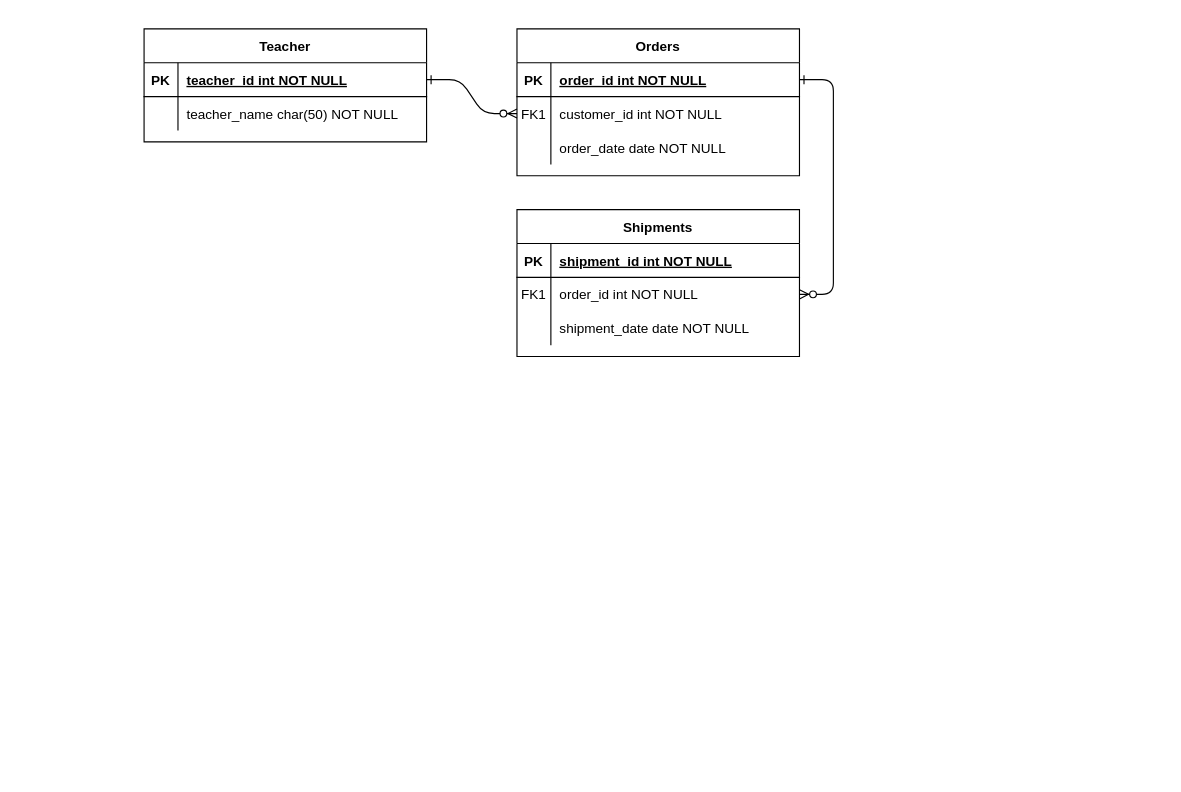
dominghuz/sispprof keeps this draw.io diagram as Untitled Diagram.drawio. Above is the earlier version. Source tidied: cells renumbered, new cells numbered last; positions are measured from the earlier drawing's top-left corner, leaving out a move shared by most shapes. Both pictures are drawn from the tidied source at 113%, with x=0, y=0 at pixel (144, 28).
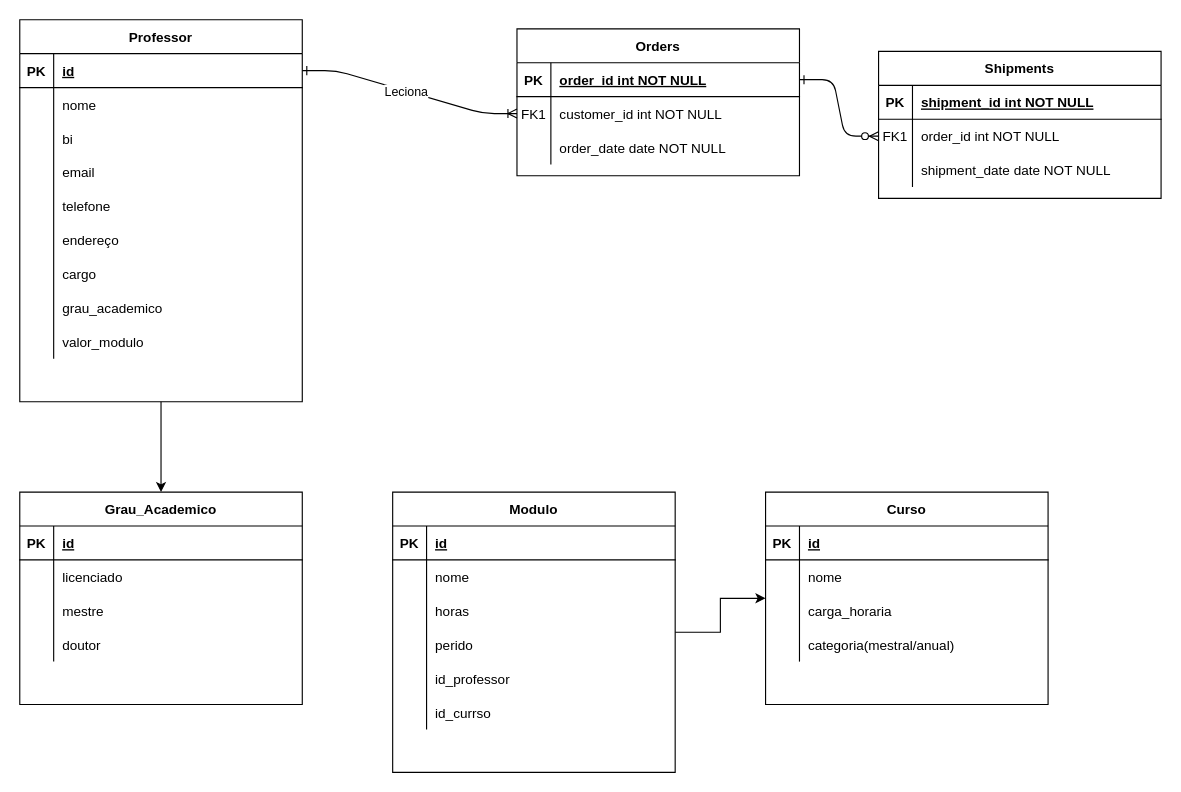
The same page after the edit.

The change refers to these unchanged cells:
```xml
<mxCell id="8" style="shape=partialRectangle;fillColor=none;points=[[0,0.5],[1,0.5]];portConstraint=eastwest;top=0;left=0;right=0;bottom=0;" parent="4" vertex="1">
  <mxGeometry y="60" width="250" height="30" as="geometry" />
</mxCell>
<mxCell id="25" style="shape=partialRectangle;fillColor=none;points=[[0,0.5],[1,0.5]];portConstraint=eastwest;top=0;left=0;right=0;bottom=1;" parent="24" vertex="1">
  <mxGeometry y="30" width="250" height="30" as="geometry" />
</mxCell>
<mxCell id="28" style="shape=partialRectangle;fillColor=none;top=0;left=0;right=0;bottom=0;" parent="24" vertex="1">
  <mxGeometry y="60" width="250" height="30" as="geometry" />
</mxCell>
```

The edit, as a diff of the source:
```diff
@@
-    <mxCell id="2" style="edgeStyle=entityRelationEdgeStyle;endArrow=ERzeroToMany;startArrow=ERone;endFill=1;startFill=0;" parent="1" edge="1" source="25" target="8">
+    <mxCell id="2" style="edgeStyle=entityRelationEdgeStyle;endArrow=ERoneToMany;startArrow=ERone;endFill=0;startFill=0;" parent="1" edge="1" source="25" target="8">
       <mxGeometry relative="1" as="geometry" />
     </mxCell>
+    <mxCell id="31" value="Leciona" style="edgeLabel;html=1;align=center;verticalAlign=middle;" parent="2" vertex="1">
+      <mxGeometry x="-0.04" y="-1" relative="1" as="geometry" />
+    </mxCell>
@@
     <mxCell id="14" value="Shipments" style="shape=table;startSize=30;childLayout=tableLayout;rowLines=0;fontStyle=1;align=center;" parent="1" vertex="1">
-      <mxGeometry x="330" y="160" width="250" height="130" as="geometry" />
+      <mxGeometry x="650" y="20" width="250" height="130" as="geometry" />
     </mxCell>
@@
+    <mxCell id="32" style="edgeStyle=orthogonalEdgeStyle;rounded=0;jettySize=auto;html=1;" parent="1" edge="1" source="24" target="54">
+      <mxGeometry relative="1" as="geometry" />
+    </mxCell>
-    <mxCell id="24" value="Teacher" style="shape=table;startSize=30;childLayout=tableLayout;rowLines=0;fontStyle=1;align=center;" parent="1" vertex="1">
-      <mxGeometry width="250" height="100" as="geometry" />
+    <mxCell id="24" value="Professor" style="shape=table;startSize=30;childLayout=tableLayout;rowLines=0;fontStyle=1;align=center;" parent="1" vertex="1">
+      <mxGeometry x="-110" y="-8" width="250" height="338" as="geometry" />
     </mxCell>
@@
-    <mxCell id="27" value="teacher_id int NOT NULL" style="shape=partialRectangle;overflow=hidden;fillColor=none;top=0;left=0;bottom=0;right=0;align=left;spacingLeft=6;fontStyle=5;" parent="25" vertex="1">
+    <mxCell id="27" value="id" style="shape=partialRectangle;overflow=hidden;fillColor=none;top=0;left=0;bottom=0;right=0;align=left;spacingLeft=6;fontStyle=5;" parent="25" vertex="1">
       <mxGeometry x="30" width="220" height="30" as="geometry" />
     </mxCell>
@@
-    <mxCell id="30" value="teacher_name char(50) NOT NULL" style="shape=partialRectangle;overflow=hidden;fillColor=none;top=0;left=0;bottom=0;right=0;align=left;spacingLeft=6;" parent="28" vertex="1">
+    <mxCell id="30" value="nome" style="shape=partialRectangle;overflow=hidden;fillColor=none;top=0;left=0;bottom=0;right=0;align=left;spacingLeft=6;" parent="28" vertex="1">
       <mxGeometry x="30" width="220" height="30" as="geometry" />
     </mxCell>
+    <mxCell id="33" style="shape=partialRectangle;fillColor=none;top=0;left=0;right=0;bottom=0;" parent="24" vertex="1">
+      <mxGeometry y="90" width="250" height="30" as="geometry" />
+    </mxCell>
+    <mxCell id="34" style="shape=partialRectangle;overflow=hidden;fillColor=none;top=0;left=0;bottom=0;right=0;" parent="33" vertex="1">
+      <mxGeometry width="30" height="30" as="geometry" />
+    </mxCell>
+    <mxCell id="35" value="bi" style="shape=partialRectangle;overflow=hidden;fillColor=none;top=0;left=0;bottom=0;right=0;align=left;spacingLeft=6;" parent="33" vertex="1">
+      <mxGeometry x="30" width="220" height="30" as="geometry" />
+    </mxCell>
+    <mxCell id="36" style="shape=partialRectangle;fillColor=none;top=0;left=0;right=0;bottom=0;" parent="24" vertex="1">
+      <mxGeometry y="120" width="250" height="30" as="geometry" />
+    </mxCell>
+    <mxCell id="37" style="shape=partialRectangle;overflow=hidden;fillColor=none;top=0;left=0;bottom=0;right=0;" parent="36" vertex="1">
+      <mxGeometry width="30" height="30" as="geometry" />
+    </mxCell>
+    <mxCell id="38" value="email" style="shape=partialRectangle;overflow=hidden;fillColor=none;top=0;left=0;bottom=0;right=0;align=left;spacingLeft=6;" parent="36" vertex="1">
+      <mxGeometry x="30" width="220" height="30" as="geometry" />
+    </mxCell>
+    <mxCell id="39" style="shape=partialRectangle;fillColor=none;top=0;left=0;right=0;bottom=0;" parent="24" vertex="1">
+      <mxGeometry y="150" width="250" height="30" as="geometry" />
+    </mxCell>
+    <mxCell id="40" style="shape=partialRectangle;overflow=hidden;fillColor=none;top=0;left=0;bottom=0;right=0;" parent="39" vertex="1">
+      <mxGeometry width="30" height="30" as="geometry" />
+    </mxCell>
+    <mxCell id="41" value="telefone" style="shape=partialRectangle;overflow=hidden;fillColor=none;top=0;left=0;bottom=0;right=0;align=left;spacingLeft=6;" parent="39" vertex="1">
+      <mxGeometry x="30" width="220" height="30" as="geometry" />
+    </mxCell>
+    <mxCell id="42" style="shape=partialRectangle;fillColor=none;top=0;left=0;right=0;bottom=0;" parent="24" vertex="1">
+      <mxGeometry y="180" width="250" height="30" as="geometry" />
+    </mxCell>
+    <mxCell id="43" style="shape=partialRectangle;overflow=hidden;fillColor=none;top=0;left=0;bottom=0;right=0;" parent="42" vertex="1">
+      <mxGeometry width="30" height="30" as="geometry" />
+    </mxCell>
+    <mxCell id="44" value="endereço" style="shape=partialRectangle;overflow=hidden;fillColor=none;top=0;left=0;bottom=0;right=0;align=left;spacingLeft=6;" parent="42" vertex="1">
+      <mxGeometry x="30" width="220" height="30" as="geometry" />
+    </mxCell>
+    <mxCell id="45" style="shape=partialRectangle;fillColor=none;top=0;left=0;right=0;bottom=0;" parent="24" vertex="1">
+      <mxGeometry y="210" width="250" height="30" as="geometry" />
+    </mxCell>
+    <mxCell id="46" style="shape=partialRectangle;overflow=hidden;fillColor=none;top=0;left=0;bottom=0;right=0;" parent="45" vertex="1">
+      <mxGeometry width="30" height="30" as="geometry" />
+    </mxCell>
+    <mxCell id="47" value="cargo" style="shape=partialRectangle;overflow=hidden;fillColor=none;top=0;left=0;bottom=0;right=0;align=left;spacingLeft=6;" parent="45" vertex="1">
+      <mxGeometry x="30" width="220" height="30" as="geometry" />
+    </mxCell>
+    <mxCell id="48" style="shape=partialRectangle;fillColor=none;top=0;left=0;right=0;bottom=0;" parent="24" vertex="1">
+      <mxGeometry y="240" width="250" height="30" as="geometry" />
+    </mxCell>
+    <mxCell id="49" style="shape=partialRectangle;overflow=hidden;fillColor=none;top=0;left=0;bottom=0;right=0;" parent="48" vertex="1">
+      <mxGeometry width="30" height="30" as="geometry" />
+    </mxCell>
+    <mxCell id="50" value="grau_academico" style="shape=partialRectangle;overflow=hidden;fillColor=none;top=0;left=0;bottom=0;right=0;align=left;spacingLeft=6;" parent="48" vertex="1">
+      <mxGeometry x="30" width="220" height="30" as="geometry" />
+    </mxCell>
+    <mxCell id="51" style="shape=partialRectangle;fillColor=none;top=0;left=0;right=0;bottom=0;" parent="24" vertex="1">
+      <mxGeometry y="270" width="250" height="30" as="geometry" />
+    </mxCell>
+    <mxCell id="52" style="shape=partialRectangle;overflow=hidden;fillColor=none;top=0;left=0;bottom=0;right=0;" parent="51" vertex="1">
+      <mxGeometry width="30" height="30" as="geometry" />
+    </mxCell>
+    <mxCell id="53" value="valor_modulo" style="shape=partialRectangle;overflow=hidden;fillColor=none;top=0;left=0;bottom=0;right=0;align=left;spacingLeft=6;" parent="51" vertex="1">
+      <mxGeometry x="30" width="220" height="30" as="geometry" />
+    </mxCell>
+    <mxCell id="54" value="Grau_Academico" style="shape=table;startSize=30;childLayout=tableLayout;rowLines=0;fontStyle=1;align=center;" parent="1" vertex="1">
+      <mxGeometry x="-110" y="410" width="250" height="188" as="geometry" />
+    </mxCell>
+    <mxCell id="55" style="shape=partialRectangle;fillColor=none;top=0;left=0;right=0;bottom=1;" parent="54" vertex="1">
+      <mxGeometry y="30" width="250" height="30" as="geometry" />
+    </mxCell>
+    <mxCell id="56" value="PK" style="shape=partialRectangle;overflow=hidden;fillColor=none;top=0;left=0;bottom=0;right=0;fontStyle=1;" parent="55" vertex="1">
+      <mxGeometry width="30" height="30" as="geometry" />
+    </mxCell>
+    <mxCell id="57" value="id" style="shape=partialRectangle;overflow=hidden;fillColor=none;top=0;left=0;bottom=0;right=0;align=left;spacingLeft=6;fontStyle=5;" parent="55" vertex="1">
+      <mxGeometry x="30" width="220" height="30" as="geometry" />
+    </mxCell>
+    <mxCell id="58" style="shape=partialRectangle;fillColor=none;top=0;left=0;right=0;bottom=0;" parent="54" vertex="1">
+      <mxGeometry y="60" width="250" height="30" as="geometry" />
+    </mxCell>
+    <mxCell id="59" style="shape=partialRectangle;overflow=hidden;fillColor=none;top=0;left=0;bottom=0;right=0;" parent="58" vertex="1">
+      <mxGeometry width="30" height="30" as="geometry" />
+    </mxCell>
+    <mxCell id="60" value="licenciado" style="shape=partialRectangle;overflow=hidden;fillColor=none;top=0;left=0;bottom=0;right=0;align=left;spacingLeft=6;" parent="58" vertex="1">
+      <mxGeometry x="30" width="220" height="30" as="geometry" />
+    </mxCell>
+    <mxCell id="61" style="shape=partialRectangle;fillColor=none;top=0;left=0;right=0;bottom=0;" parent="54" vertex="1">
+      <mxGeometry y="90" width="250" height="30" as="geometry" />
+    </mxCell>
+    <mxCell id="62" style="shape=partialRectangle;overflow=hidden;fillColor=none;top=0;left=0;bottom=0;right=0;" parent="61" vertex="1">
+      <mxGeometry width="30" height="30" as="geometry" />
+    </mxCell>
+    <mxCell id="63" value="mestre" style="shape=partialRectangle;overflow=hidden;fillColor=none;top=0;left=0;bottom=0;right=0;align=left;spacingLeft=6;" parent="61" vertex="1">
+      <mxGeometry x="30" width="220" height="30" as="geometry" />
+    </mxCell>
+    <mxCell id="64" style="shape=partialRectangle;fillColor=none;top=0;left=0;right=0;bottom=0;" parent="54" vertex="1">
+      <mxGeometry y="120" width="250" height="30" as="geometry" />
+    </mxCell>
+    <mxCell id="65" style="shape=partialRectangle;overflow=hidden;fillColor=none;top=0;left=0;bottom=0;right=0;" parent="64" vertex="1">
+      <mxGeometry width="30" height="30" as="geometry" />
+    </mxCell>
+    <mxCell id="66" value="doutor" style="shape=partialRectangle;overflow=hidden;fillColor=none;top=0;left=0;bottom=0;right=0;align=left;spacingLeft=6;" parent="64" vertex="1">
+      <mxGeometry x="30" width="220" height="30" as="geometry" />
+    </mxCell>
+    <mxCell id="67" style="edgeStyle=orthogonalEdgeStyle;rounded=0;jettySize=auto;html=1;" parent="1" edge="1" source="68" target="87">
+      <mxGeometry relative="1" as="geometry" />
+    </mxCell>
+    <mxCell id="68" value="Modulo" style="shape=table;startSize=30;childLayout=tableLayout;rowLines=0;fontStyle=1;align=center;" parent="1" vertex="1">
+      <mxGeometry x="220" y="410" width="250" height="248" as="geometry" />
+    </mxCell>
+    <mxCell id="69" style="shape=partialRectangle;fillColor=none;top=0;left=0;right=0;bottom=1;" parent="68" vertex="1">
+      <mxGeometry y="30" width="250" height="30" as="geometry" />
+    </mxCell>
+    <mxCell id="70" value="PK" style="shape=partialRectangle;overflow=hidden;fillColor=none;top=0;left=0;bottom=0;right=0;fontStyle=1;" parent="69" vertex="1">
+      <mxGeometry width="30" height="30" as="geometry" />
+    </mxCell>
+    <mxCell id="71" value="id" style="shape=partialRectangle;overflow=hidden;fillColor=none;top=0;left=0;bottom=0;right=0;align=left;spacingLeft=6;fontStyle=5;" parent="69" vertex="1">
+      <mxGeometry x="30" width="220" height="30" as="geometry" />
+    </mxCell>
+    <mxCell id="72" style="shape=partialRectangle;fillColor=none;top=0;left=0;right=0;bottom=0;" parent="68" vertex="1">
+      <mxGeometry y="60" width="250" height="30" as="geometry" />
+    </mxCell>
+    <mxCell id="73" style="shape=partialRectangle;overflow=hidden;fillColor=none;top=0;left=0;bottom=0;right=0;" parent="72" vertex="1">
+      <mxGeometry width="30" height="30" as="geometry" />
+    </mxCell>
+    <mxCell id="74" value="nome" style="shape=partialRectangle;overflow=hidden;fillColor=none;top=0;left=0;bottom=0;right=0;align=left;spacingLeft=6;" parent="72" vertex="1">
+      <mxGeometry x="30" width="220" height="30" as="geometry" />
+    </mxCell>
+    <mxCell id="75" style="shape=partialRectangle;fillColor=none;top=0;left=0;right=0;bottom=0;" parent="68" vertex="1">
+      <mxGeometry y="90" width="250" height="30" as="geometry" />
+    </mxCell>
+    <mxCell id="76" style="shape=partialRectangle;overflow=hidden;fillColor=none;top=0;left=0;bottom=0;right=0;" parent="75" vertex="1">
+      <mxGeometry width="30" height="30" as="geometry" />
+    </mxCell>
+    <mxCell id="77" value="horas" style="shape=partialRectangle;overflow=hidden;fillColor=none;top=0;left=0;bottom=0;right=0;align=left;spacingLeft=6;" parent="75" vertex="1">
+      <mxGeometry x="30" width="220" height="30" as="geometry" />
+    </mxCell>
+    <mxCell id="78" style="shape=partialRectangle;fillColor=none;top=0;left=0;right=0;bottom=0;" parent="68" vertex="1">
+      <mxGeometry y="120" width="250" height="30" as="geometry" />
+    </mxCell>
+    <mxCell id="79" style="shape=partialRectangle;overflow=hidden;fillColor=none;top=0;left=0;bottom=0;right=0;" parent="78" vertex="1">
+      <mxGeometry width="30" height="30" as="geometry" />
+    </mxCell>
+    <mxCell id="80" value="perido" style="shape=partialRectangle;overflow=hidden;fillColor=none;top=0;left=0;bottom=0;right=0;align=left;spacingLeft=6;" parent="78" vertex="1">
+      <mxGeometry x="30" width="220" height="30" as="geometry" />
+    </mxCell>
+    <mxCell id="81" style="shape=partialRectangle;fillColor=none;top=0;left=0;right=0;bottom=0;" parent="68" vertex="1">
+      <mxGeometry y="150" width="250" height="30" as="geometry" />
+    </mxCell>
+    <mxCell id="82" style="shape=partialRectangle;overflow=hidden;fillColor=none;top=0;left=0;bottom=0;right=0;" parent="81" vertex="1">
+      <mxGeometry width="30" height="30" as="geometry" />
+    </mxCell>
+    <mxCell id="83" value="id_professor" style="shape=partialRectangle;overflow=hidden;fillColor=none;top=0;left=0;bottom=0;right=0;align=left;spacingLeft=6;" parent="81" vertex="1">
+      <mxGeometry x="30" width="220" height="30" as="geometry" />
+    </mxCell>
+    <mxCell id="84" style="shape=partialRectangle;fillColor=none;top=0;left=0;right=0;bottom=0;" parent="68" vertex="1">
+      <mxGeometry y="180" width="250" height="30" as="geometry" />
+    </mxCell>
+    <mxCell id="85" style="shape=partialRectangle;overflow=hidden;fillColor=none;top=0;left=0;bottom=0;right=0;" parent="84" vertex="1">
+      <mxGeometry width="30" height="30" as="geometry" />
+    </mxCell>
+    <mxCell id="86" value="id_currso" style="shape=partialRectangle;overflow=hidden;fillColor=none;top=0;left=0;bottom=0;right=0;align=left;spacingLeft=6;" parent="84" vertex="1">
+      <mxGeometry x="30" width="220" height="30" as="geometry" />
+    </mxCell>
+    <mxCell id="87" value="Curso" style="shape=table;startSize=30;childLayout=tableLayout;rowLines=0;fontStyle=1;align=center;" parent="1" vertex="1">
+      <mxGeometry x="550" y="410" width="250" height="188" as="geometry" />
+    </mxCell>
+    <mxCell id="88" style="shape=partialRectangle;fillColor=none;top=0;left=0;right=0;bottom=1;" parent="87" vertex="1">
+      <mxGeometry y="30" width="250" height="30" as="geometry" />
+    </mxCell>
+    <mxCell id="89" value="PK" style="shape=partialRectangle;overflow=hidden;fillColor=none;top=0;left=0;bottom=0;right=0;fontStyle=1;" parent="88" vertex="1">
+      <mxGeometry width="30" height="30" as="geometry" />
+    </mxCell>
+    <mxCell id="90" value="id" style="shape=partialRectangle;overflow=hidden;fillColor=none;top=0;left=0;bottom=0;right=0;align=left;spacingLeft=6;fontStyle=5;" parent="88" vertex="1">
+      <mxGeometry x="30" width="220" height="30" as="geometry" />
+    </mxCell>
+    <mxCell id="91" style="shape=partialRectangle;fillColor=none;top=0;left=0;right=0;bottom=0;" parent="87" vertex="1">
+      <mxGeometry y="60" width="250" height="30" as="geometry" />
+    </mxCell>
+    <mxCell id="92" style="shape=partialRectangle;overflow=hidden;fillColor=none;top=0;left=0;bottom=0;right=0;" parent="91" vertex="1">
+      <mxGeometry width="30" height="30" as="geometry" />
+    </mxCell>
+    <mxCell id="93" value="nome" style="shape=partialRectangle;overflow=hidden;fillColor=none;top=0;left=0;bottom=0;right=0;align=left;spacingLeft=6;" parent="91" vertex="1">
+      <mxGeometry x="30" width="220" height="30" as="geometry" />
+    </mxCell>
+    <mxCell id="94" style="shape=partialRectangle;fillColor=none;top=0;left=0;right=0;bottom=0;" parent="87" vertex="1">
+      <mxGeometry y="90" width="250" height="30" as="geometry" />
+    </mxCell>
+    <mxCell id="95" style="shape=partialRectangle;overflow=hidden;fillColor=none;top=0;left=0;bottom=0;right=0;" parent="94" vertex="1">
+      <mxGeometry width="30" height="30" as="geometry" />
+    </mxCell>
+    <mxCell id="96" value="carga_horaria" style="shape=partialRectangle;overflow=hidden;fillColor=none;top=0;left=0;bottom=0;right=0;align=left;spacingLeft=6;" parent="94" vertex="1">
+      <mxGeometry x="30" width="220" height="30" as="geometry" />
+    </mxCell>
+    <mxCell id="97" style="shape=partialRectangle;fillColor=none;top=0;left=0;right=0;bottom=0;" parent="87" vertex="1">
+      <mxGeometry y="120" width="250" height="30" as="geometry" />
+    </mxCell>
+    <mxCell id="98" style="shape=partialRectangle;overflow=hidden;fillColor=none;top=0;left=0;bottom=0;right=0;" parent="97" vertex="1">
+      <mxGeometry width="30" height="30" as="geometry" />
+    </mxCell>
+    <mxCell id="99" value="categoria(mestral/anual)" style="shape=partialRectangle;overflow=hidden;fillColor=none;top=0;left=0;bottom=0;right=0;align=left;spacingLeft=6;" parent="97" vertex="1">
+      <mxGeometry x="30" width="220" height="30" as="geometry" />
+    </mxCell>
```
